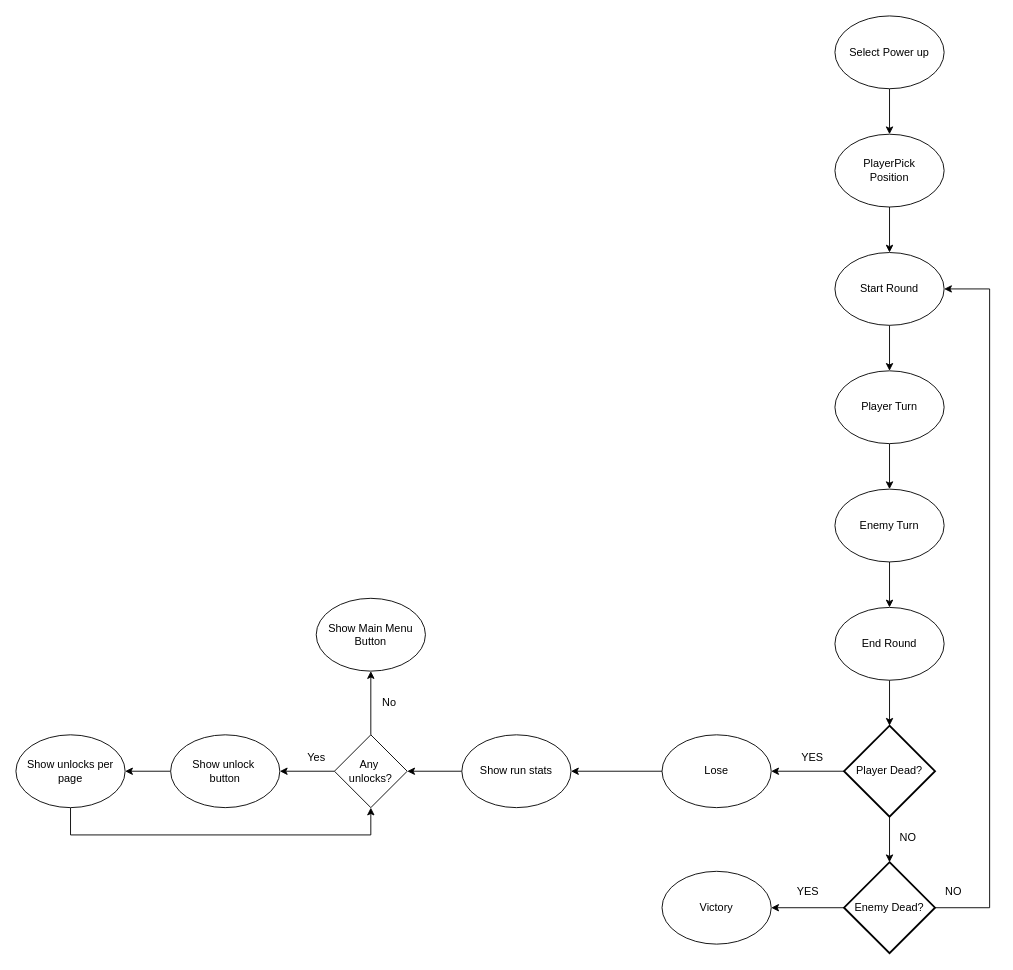
Before: P03272025.drawio in kielsan/Drawio, a draw.io diagram. Source tidied: cells renumbered, new cells numbered last; positions are measured from the earlier drawing's top-left corner, leaving out a move shared by most shapes. Both pictures are drawn from the tidied source at 91%, with x=0, y=0 at pixel (15, 15).
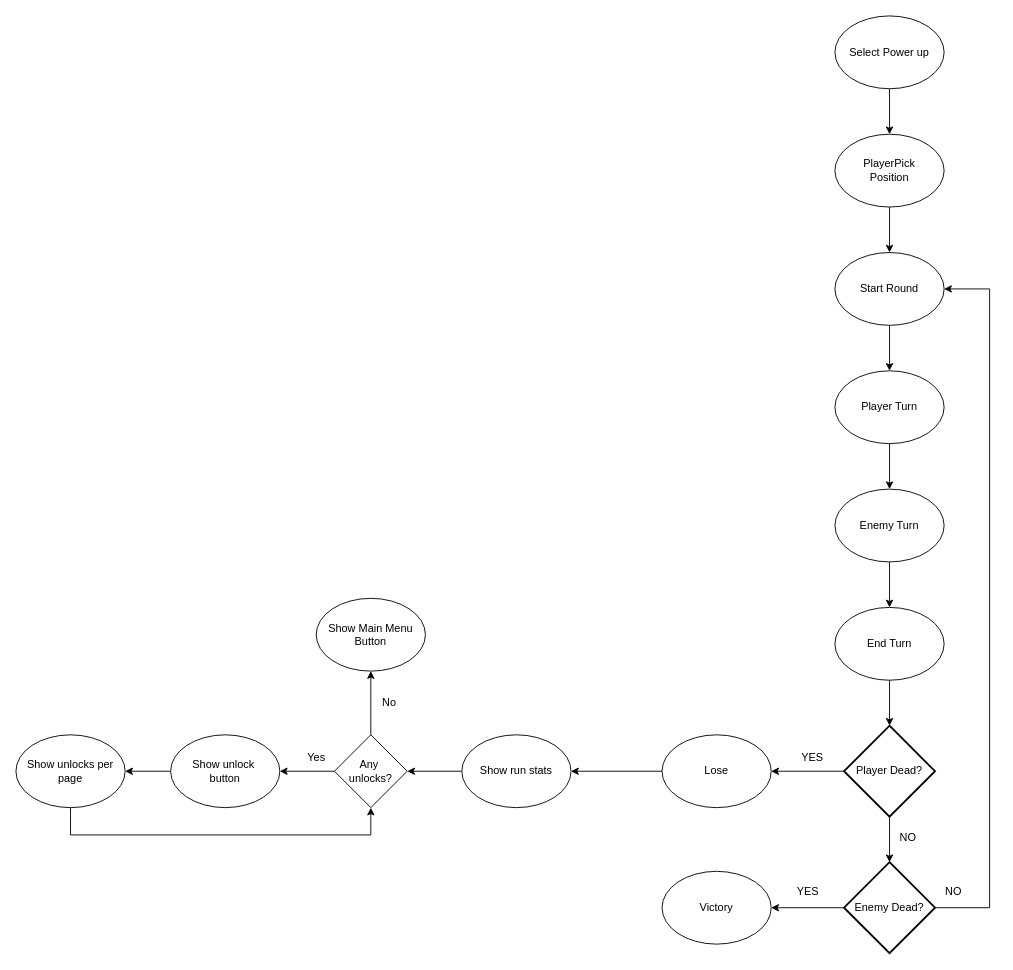
Above is the later version.

Diff of the diagram source:
```diff
@@
-    <mxCell id="13" value="End Round" style="ellipse;whiteSpace=wrap;html=1;" parent="1" vertex="1">
+    <mxCell id="13" value="End Turn" style="ellipse;whiteSpace=wrap;html=1;" parent="1" vertex="1">
       <mxGeometry x="900" y="650" width="120" height="80" as="geometry" />
     </mxCell>
```
